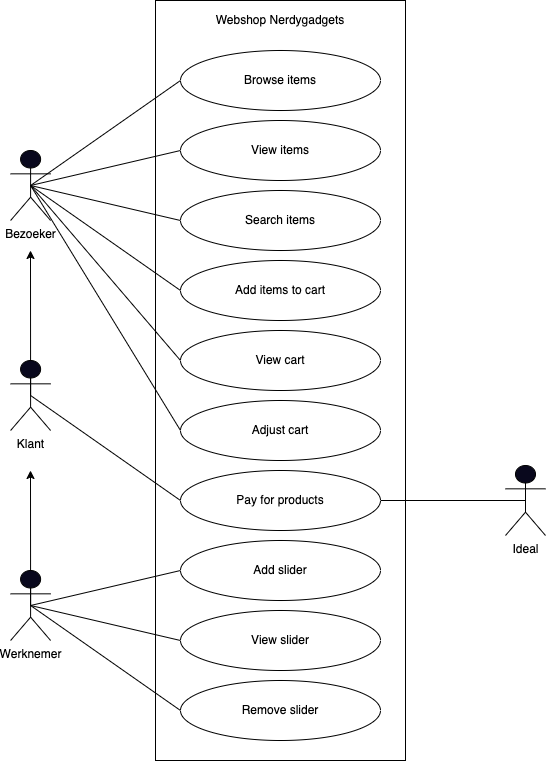
This is drawio/usecaseDiagram/UseCaseDiagram_rename.drawio.png from Naraquoth/nerdygadgets, a draw.io export, as it was before one commit. Source tidied: cells renumbered, new cells last; positions are measured from the earlier drawing's top-left corner, leaving out a move shared by most shapes. Source of this version:
```xml
<mxGraphModel>
  <root>
    <mxCell id="0" />
    <mxCell id="1" parent="0" />
    <mxCell id="2" style="rounded=0;whiteSpace=wrap;html=1;fillColor=none;" parent="1" vertex="1">
      <mxGeometry x="145" width="250" height="760" as="geometry" />
    </mxCell>
    <mxCell id="3" style="edgeStyle=none;html=1;exitX=0.5;exitY=0.5;exitDx=0;exitDy=0;exitPerimeter=0;entryX=0;entryY=0.5;entryDx=0;entryDy=0;endArrow=none;endFill=0;" parent="1" edge="1" source="9" target="20">
      <mxGeometry relative="1" as="geometry" />
    </mxCell>
    <mxCell id="4" style="edgeStyle=none;html=1;exitX=0.5;exitY=0.5;exitDx=0;exitDy=0;exitPerimeter=0;entryX=0;entryY=0.5;entryDx=0;entryDy=0;endArrow=none;endFill=0;" parent="1" edge="1" source="9" target="21">
      <mxGeometry relative="1" as="geometry" />
    </mxCell>
    <mxCell id="5" style="edgeStyle=none;html=1;exitX=0.5;exitY=0.5;exitDx=0;exitDy=0;exitPerimeter=0;entryX=0;entryY=0.5;entryDx=0;entryDy=0;endArrow=none;endFill=0;" parent="1" edge="1" source="9" target="22">
      <mxGeometry relative="1" as="geometry" />
    </mxCell>
    <mxCell id="6" style="edgeStyle=none;html=1;exitX=0.5;exitY=0.5;exitDx=0;exitDy=0;exitPerimeter=0;entryX=0;entryY=0.5;entryDx=0;entryDy=0;endArrow=none;endFill=0;" parent="1" edge="1" source="9" target="23">
      <mxGeometry relative="1" as="geometry" />
    </mxCell>
    <mxCell id="7" style="edgeStyle=none;html=1;exitX=0.5;exitY=0.5;exitDx=0;exitDy=0;exitPerimeter=0;entryX=0;entryY=0.5;entryDx=0;entryDy=0;endArrow=none;endFill=0;" parent="1" edge="1" source="9" target="25">
      <mxGeometry relative="1" as="geometry" />
    </mxCell>
    <mxCell id="8" style="edgeStyle=none;html=1;exitX=0.5;exitY=0.5;exitDx=0;exitDy=0;exitPerimeter=0;entryX=0;entryY=0.5;entryDx=0;entryDy=0;endArrow=none;endFill=0;" parent="1" edge="1" source="9" target="26">
      <mxGeometry relative="1" as="geometry" />
    </mxCell>
    <mxCell id="9" value="Bezoeker" style="shape=umlActor;verticalLabelPosition=bottom;verticalAlign=top;html=1;outlineConnect=0;fillColor=#09081D;" parent="1" vertex="1">
      <mxGeometry x="0.1" y="150" width="40" height="70" as="geometry" />
    </mxCell>
    <mxCell id="10" style="edgeStyle=none;html=1;exitX=0.5;exitY=0.5;exitDx=0;exitDy=0;exitPerimeter=0;entryX=1;entryY=0.5;entryDx=0;entryDy=0;endArrow=none;endFill=0;" parent="1" edge="1" source="11" target="27">
      <mxGeometry relative="1" as="geometry" />
    </mxCell>
    <mxCell id="11" value="Ideal" style="shape=umlActor;verticalLabelPosition=bottom;verticalAlign=top;html=1;outlineConnect=0;fillColor=#09081D;" parent="1" vertex="1">
      <mxGeometry x="495" y="465" width="40" height="70" as="geometry" />
    </mxCell>
    <mxCell id="12" style="edgeStyle=none;html=1;exitX=0.5;exitY=0.5;exitDx=0;exitDy=0;exitPerimeter=0;entryX=0;entryY=0.5;entryDx=0;entryDy=0;endArrow=none;endFill=0;" parent="1" edge="1" source="14" target="27">
      <mxGeometry relative="1" as="geometry" />
    </mxCell>
    <mxCell id="13" style="edgeStyle=none;html=1;exitX=0.5;exitY=0.5;exitDx=0;exitDy=0;exitPerimeter=0;endArrow=classic;endFill=1;" parent="1" edge="1" source="14">
      <mxGeometry relative="1" as="geometry">
        <mxPoint x="20" y="250" as="targetPoint" />
      </mxGeometry>
    </mxCell>
    <mxCell id="14" value="Klant" style="shape=umlActor;verticalLabelPosition=bottom;verticalAlign=top;html=1;outlineConnect=0;fillColor=#09081D;" parent="1" vertex="1">
      <mxGeometry x="0.1" y="360" width="40" height="70" as="geometry" />
    </mxCell>
    <mxCell id="15" style="edgeStyle=none;html=1;exitX=0.5;exitY=0.5;exitDx=0;exitDy=0;exitPerimeter=0;entryX=0;entryY=0.5;entryDx=0;entryDy=0;endArrow=none;endFill=0;" parent="1" edge="1" source="19" target="30">
      <mxGeometry relative="1" as="geometry" />
    </mxCell>
    <mxCell id="16" style="edgeStyle=none;html=1;exitX=0.5;exitY=0.5;exitDx=0;exitDy=0;exitPerimeter=0;entryX=0;entryY=0.5;entryDx=0;entryDy=0;endArrow=none;endFill=0;" parent="1" edge="1" source="19" target="28">
      <mxGeometry relative="1" as="geometry" />
    </mxCell>
    <mxCell id="17" style="edgeStyle=none;html=1;exitX=0.5;exitY=0.5;exitDx=0;exitDy=0;exitPerimeter=0;entryX=0;entryY=0.5;entryDx=0;entryDy=0;endArrow=none;endFill=0;" parent="1" edge="1" source="19" target="29">
      <mxGeometry relative="1" as="geometry" />
    </mxCell>
    <mxCell id="18" style="edgeStyle=none;html=1;exitX=0.5;exitY=0.5;exitDx=0;exitDy=0;exitPerimeter=0;endArrow=classic;endFill=1;" parent="1" edge="1" source="19">
      <mxGeometry relative="1" as="geometry">
        <mxPoint x="20" y="470" as="targetPoint" />
      </mxGeometry>
    </mxCell>
    <mxCell id="19" value="Werknemer" style="shape=umlActor;verticalLabelPosition=bottom;verticalAlign=top;html=1;outlineConnect=0;fillColor=#09081D;" parent="1" vertex="1">
      <mxGeometry x="0.1" y="570" width="40" height="70" as="geometry" />
    </mxCell>
    <mxCell id="20" value="Browse items" style="ellipse;whiteSpace=wrap;html=1;" parent="1" vertex="1">
      <mxGeometry x="170" y="50" width="200" height="60" as="geometry" />
    </mxCell>
    <mxCell id="21" value="View items" style="ellipse;whiteSpace=wrap;html=1;" parent="1" vertex="1">
      <mxGeometry x="170" y="120" width="200" height="60" as="geometry" />
    </mxCell>
    <mxCell id="22" value="Search items" style="ellipse;whiteSpace=wrap;html=1;" parent="1" vertex="1">
      <mxGeometry x="170" y="190" width="200" height="60" as="geometry" />
    </mxCell>
    <mxCell id="23" value="Add items to cart" style="ellipse;whiteSpace=wrap;html=1;" parent="1" vertex="1">
      <mxGeometry x="170" y="260" width="200" height="60" as="geometry" />
    </mxCell>
    <mxCell id="24" value="Webshop Nerdygadgets" style="text;html=1;strokeColor=none;fillColor=none;align=center;verticalAlign=middle;whiteSpace=wrap;rounded=0;" parent="1" vertex="1">
      <mxGeometry x="145" width="250" height="40" as="geometry" />
    </mxCell>
    <mxCell id="25" value="View cart" style="ellipse;whiteSpace=wrap;html=1;" parent="1" vertex="1">
      <mxGeometry x="170" y="330" width="200" height="60" as="geometry" />
    </mxCell>
    <mxCell id="26" value="Adjust cart" style="ellipse;whiteSpace=wrap;html=1;" parent="1" vertex="1">
      <mxGeometry x="170" y="400" width="200" height="60" as="geometry" />
    </mxCell>
    <mxCell id="27" value="Pay for products" style="ellipse;whiteSpace=wrap;html=1;" parent="1" vertex="1">
      <mxGeometry x="170" y="470" width="200" height="60" as="geometry" />
    </mxCell>
    <mxCell id="28" value="Add slider" style="ellipse;whiteSpace=wrap;html=1;" parent="1" vertex="1">
      <mxGeometry x="170" y="540" width="200" height="60" as="geometry" />
    </mxCell>
    <mxCell id="29" value="View slider" style="ellipse;whiteSpace=wrap;html=1;" parent="1" vertex="1">
      <mxGeometry x="170" y="610" width="200" height="60" as="geometry" />
    </mxCell>
    <mxCell id="30" value="Remove slider" style="ellipse;whiteSpace=wrap;html=1;" parent="1" vertex="1">
      <mxGeometry x="170" y="680" width="200" height="60" as="geometry" />
    </mxCell>
  </root>
</mxGraphModel>
```
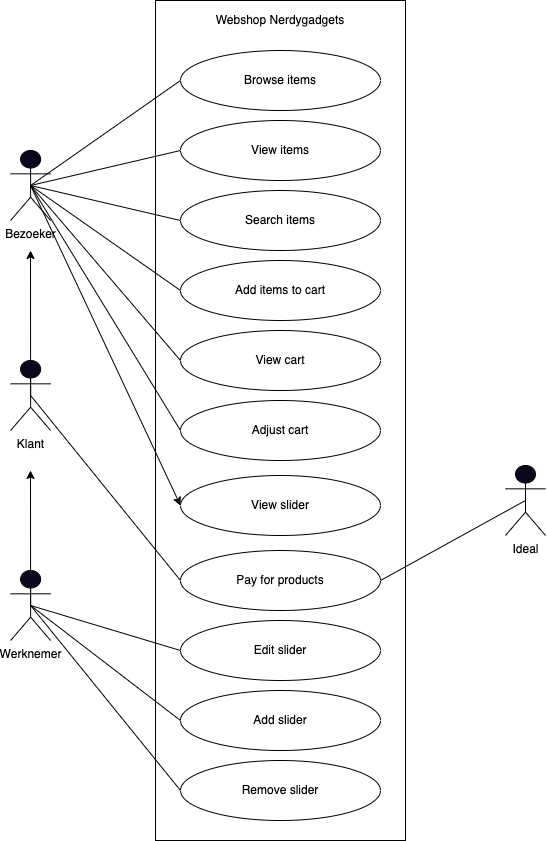
The same file after the commit.

Commit message:
changes Use case & added wireframe

What changed in the source:
```diff
@@ -3,7 +3,7 @@
     <mxCell id="0" />
     <mxCell id="1" parent="0" />
     <mxCell id="2" style="rounded=0;whiteSpace=wrap;html=1;fillColor=none;" parent="1" vertex="1">
-      <mxGeometry x="145" width="250" height="760" as="geometry" />
+      <mxGeometry x="145" width="250" height="840" as="geometry" />
     </mxCell>
     <mxCell id="3" style="edgeStyle=none;html=1;exitX=0.5;exitY=0.5;exitDx=0;exitDy=0;exitPerimeter=0;entryX=0;entryY=0.5;entryDx=0;entryDy=0;endArrow=none;endFill=0;" parent="1" edge="1" source="9" target="20">
       <mxGeometry relative="1" as="geometry" />
@@ -23,6 +23,9 @@
     <mxCell id="8" style="edgeStyle=none;html=1;exitX=0.5;exitY=0.5;exitDx=0;exitDy=0;exitPerimeter=0;entryX=0;entryY=0.5;entryDx=0;entryDy=0;endArrow=none;endFill=0;" parent="1" edge="1" source="9" target="26">
       <mxGeometry relative="1" as="geometry" />
     </mxCell>
+    <mxCell id="31" style="edgeStyle=none;html=1;exitX=0.5;exitY=0.5;exitDx=0;exitDy=0;exitPerimeter=0;entryX=0;entryY=0.5;entryDx=0;entryDy=0;" parent="1" edge="1" source="9" target="32">
+      <mxGeometry relative="1" as="geometry" />
+    </mxCell>
     <mxCell id="9" value="Bezoeker" style="shape=umlActor;verticalLabelPosition=bottom;verticalAlign=top;html=1;outlineConnect=0;fillColor=#09081D;" parent="1" vertex="1">
       <mxGeometry x="0.1" y="150" width="40" height="70" as="geometry" />
     </mxCell>
@@ -82,16 +85,19 @@
       <mxGeometry x="170" y="400" width="200" height="60" as="geometry" />
     </mxCell>
     <mxCell id="27" value="Pay for products" style="ellipse;whiteSpace=wrap;html=1;" parent="1" vertex="1">
-      <mxGeometry x="170" y="470" width="200" height="60" as="geometry" />
+      <mxGeometry x="170" y="550" width="200" height="60" as="geometry" />
     </mxCell>
     <mxCell id="28" value="Add slider" style="ellipse;whiteSpace=wrap;html=1;" parent="1" vertex="1">
-      <mxGeometry x="170" y="540" width="200" height="60" as="geometry" />
+      <mxGeometry x="170" y="690" width="200" height="60" as="geometry" />
     </mxCell>
-    <mxCell id="29" value="View slider" style="ellipse;whiteSpace=wrap;html=1;" parent="1" vertex="1">
-      <mxGeometry x="170" y="610" width="200" height="60" as="geometry" />
+    <mxCell id="29" value="Edit slider" style="ellipse;whiteSpace=wrap;html=1;" parent="1" vertex="1">
+      <mxGeometry x="170" y="620" width="200" height="60" as="geometry" />
     </mxCell>
     <mxCell id="30" value="Remove slider" style="ellipse;whiteSpace=wrap;html=1;" parent="1" vertex="1">
-      <mxGeometry x="170" y="680" width="200" height="60" as="geometry" />
+      <mxGeometry x="170" y="760" width="200" height="60" as="geometry" />
     </mxCell>
+    <mxCell id="32" value="View slider" style="ellipse;whiteSpace=wrap;html=1;" parent="1" vertex="1">
+      <mxGeometry x="170" y="475" width="200" height="60" as="geometry" />
+    </mxCell>
   </root>
 </mxGraphModel>
```
